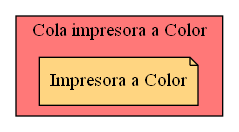
The Graphviz diagram Cola_Print_color.png in Serch-ING/EDD_UDRAWING_202000119, before a commit. Its source is kept beside it as Cola_Print_color.dot.
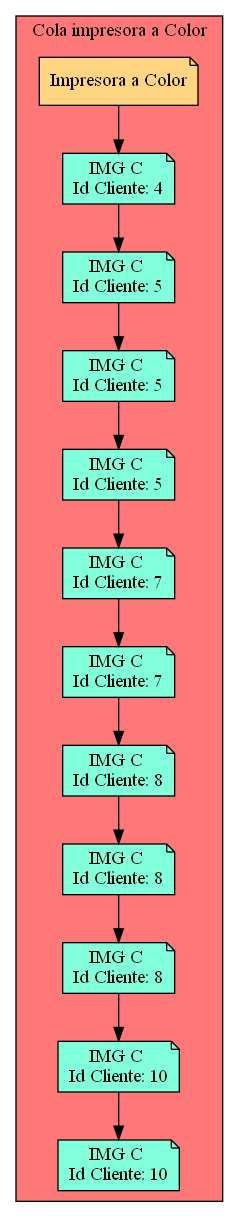
After the commit.

Diff of the diagram source:
```diff
@@ -3,4 +3,47 @@
 subgraph cluster_p{
     label= " Cola impresora a Color "
  raiz[label = "Impresora a Color" fillcolor="#FFD581" ]    bgcolor = "#FF7878"
+Nodo686466458[label="IMG C
+Id Cliente: 4",fillcolor="#81FFDA"]
+Nodo1642030774[label="IMG C
+Id Cliente: 5",fillcolor="#81FFDA"]
+Nodo1357563986[label="IMG C
+Id Cliente: 5",fillcolor="#81FFDA"]
+Nodo384587033[label="IMG C
+Id Cliente: 5",fillcolor="#81FFDA"]
+Nodo959869407[label="IMG C
+Id Cliente: 7",fillcolor="#81FFDA"]
+Nodo1449263511[label="IMG C
+Id Cliente: 7",fillcolor="#81FFDA"]
+Nodo452805835[label="IMG C
+Id Cliente: 8",fillcolor="#81FFDA"]
+Nodo1769190683[label="IMG C
+Id Cliente: 8",fillcolor="#81FFDA"]
+Nodo447981768[label="IMG C
+Id Cliente: 8",fillcolor="#81FFDA"]
+Nodo1932831450[label="IMG C
+Id Cliente: 10",fillcolor="#81FFDA"]
+Nodo496729294[label="IMG C
+Id Cliente: 10",fillcolor="#81FFDA"]
+
+raiz->Nodo686466458
+Nodo686466458 -> Nodo1642030774
+
+Nodo1642030774 -> Nodo1357563986
+
+Nodo1357563986 -> Nodo384587033
+
+Nodo384587033 -> Nodo959869407
+
+Nodo959869407 -> Nodo1449263511
+
+Nodo1449263511 -> Nodo452805835
+
+Nodo452805835 -> Nodo1769190683
+
+Nodo1769190683 -> Nodo447981768
+
+Nodo447981768 -> Nodo1932831450
+
+Nodo1932831450 -> Nodo496729294
 }}
```
